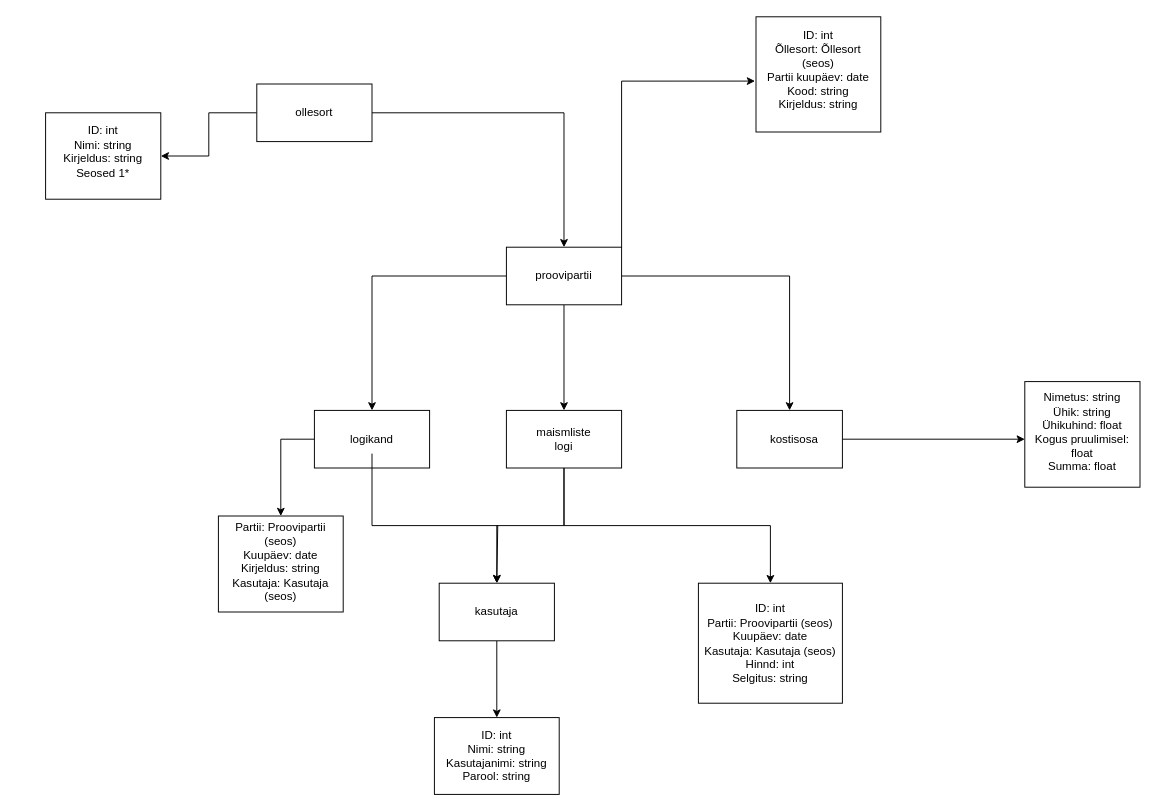
Above: pivoooo.drawio in 4IXIPO/Programmeerimine2 (draw.io), before the change. Source tidied: cells renumbered, new cells numbered last; positions are measured from the earlier drawing's top-left corner, leaving out a move shared by most shapes. Both pictures are drawn from the tidied source at 96%, with x=0, y=0 at pixel (36, 16).
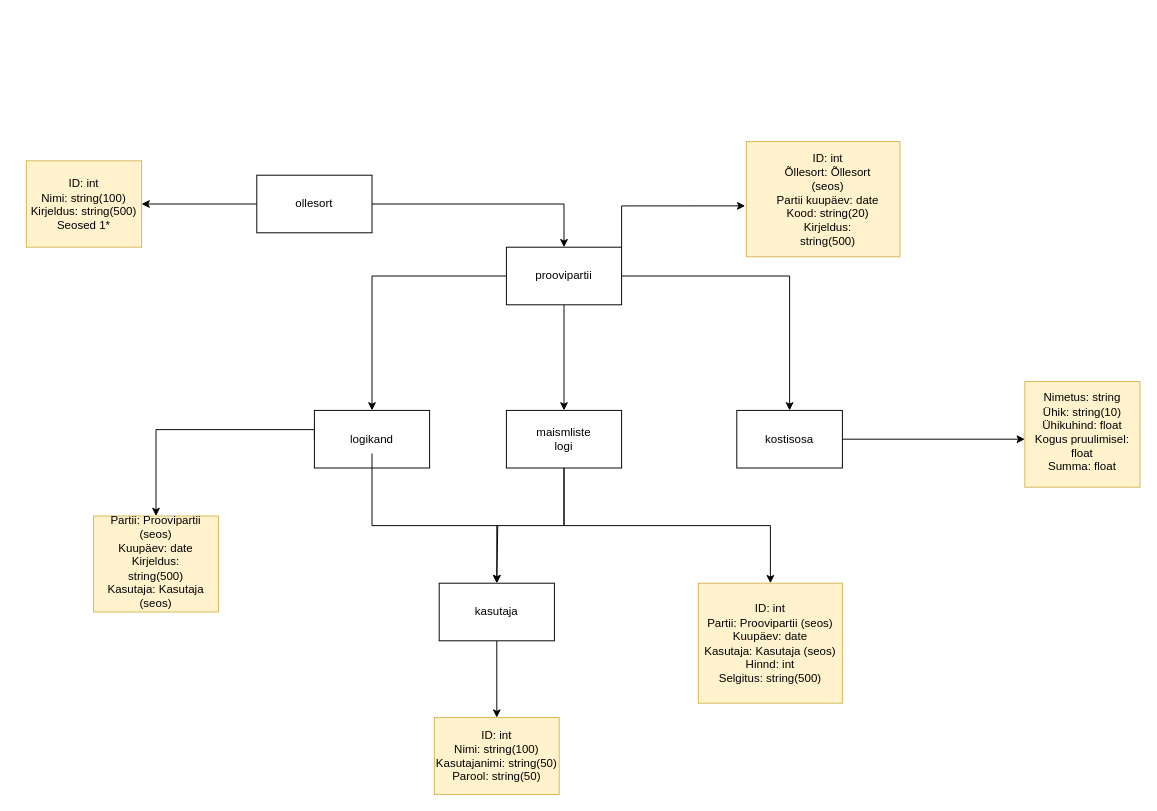
After the change.

Unchanged cells that the change refers to:
```xml
<mxCell id="28" style="rounded=0;whiteSpace=wrap;html=1;" parent="1" vertex="1">
  <mxGeometry x="290" y="410" width="120" height="60" as="geometry" />
</mxCell>
```

What changed in the source:
```diff
@@
-    <mxCell id="2" style="rounded=0;whiteSpace=wrap;html=1;" parent="1" vertex="1">
+    <mxCell id="2" style="rounded=0;whiteSpace=wrap;html=1;fillColor=#fff2cc;strokeColor=#d6b656;" parent="1" vertex="1">
       <mxGeometry x="1030" y="380" width="120" height="110" as="geometry" />
     </mxCell>
-    <mxCell id="3" style="rounded=0;whiteSpace=wrap;html=1;" parent="1" vertex="1">
+    <mxCell id="3" style="rounded=0;whiteSpace=wrap;html=1;fillColor=#fff2cc;strokeColor=#d6b656;" parent="1" vertex="1">
       <mxGeometry x="415" y="730" width="130" height="80" as="geometry" />
     </mxCell>
-    <mxCell id="4" style="rounded=0;whiteSpace=wrap;html=1;" parent="1" vertex="1">
+    <mxCell id="4" style="rounded=0;whiteSpace=wrap;html=1;fillColor=#fff2cc;strokeColor=#d6b656;" parent="1" vertex="1">
       <mxGeometry x="690" y="590" width="150" height="125" as="geometry" />
     </mxCell>
-    <mxCell id="5" style="rounded=0;whiteSpace=wrap;html=1;" parent="1" vertex="1">
-      <mxGeometry x="750" width="130" height="120" as="geometry" />
+    <mxCell id="5" style="rounded=0;whiteSpace=wrap;html=1;fillColor=#fff2cc;strokeColor=#d6b656;" parent="1" vertex="1">
+      <mxGeometry x="740" y="130" width="160" height="120" as="geometry" />
     </mxCell>
-    <mxCell id="6" style="rounded=0;whiteSpace=wrap;html=1;" parent="1" vertex="1">
-      <mxGeometry x="190" y="520" width="130" height="100" as="geometry" />
+    <mxCell id="6" style="rounded=0;whiteSpace=wrap;html=1;fillColor=#fff2cc;strokeColor=#d6b656;" parent="1" vertex="1">
+      <mxGeometry x="60" y="520" width="130" height="100" as="geometry" />
     </mxCell>
-    <mxCell id="7" style="rounded=0;whiteSpace=wrap;html=1;" parent="1" vertex="1">
-      <mxGeometry x="10" y="100" width="120" height="90" as="geometry" />
+    <mxCell id="7" style="rounded=0;whiteSpace=wrap;html=1;fillColor=#fff2cc;strokeColor=#d6b656;" parent="1" vertex="1">
+      <mxGeometry x="-10" y="150" width="120" height="90" as="geometry" />
     </mxCell>
@@
     <mxCell id="22" value="kostisosa" style="text;html=1;align=center;verticalAlign=middle;whiteSpace=wrap;rounded=0;" parent="1" vertex="1">
-      <mxGeometry x="760" y="425" width="60" height="30" as="geometry" />
+      <mxGeometry x="755" y="425" width="60" height="30" as="geometry" />
     </mxCell>
@@
     <mxCell id="25" style="rounded=0;whiteSpace=wrap;html=1;" parent="1" vertex="1">
-      <mxGeometry x="230" y="70" width="120" height="60" as="geometry" />
+      <mxGeometry x="230" y="165" width="120" height="60" as="geometry" />
     </mxCell>
     <mxCell id="26" value="ollesort" style="text;html=1;align=center;verticalAlign=middle;whiteSpace=wrap;rounded=0;" parent="1" vertex="1">
-      <mxGeometry x="260" y="85" width="60" height="30" as="geometry" />
+      <mxGeometry x="260" y="180" width="60" height="30" as="geometry" />
     </mxCell>
     <mxCell id="27" style="edgeStyle=orthogonalEdgeStyle;rounded=0;jettySize=auto;html=1;exitX=0;exitY=0.5;exitDx=0;exitDy=0;entryX=0.5;entryY=0;entryDx=0;entryDy=0;" parent="1" edge="1" source="28" target="6">
-      <mxGeometry relative="1" as="geometry" />
+      <mxGeometry relative="1" as="geometry">
+        <Array as="points">
+          <mxPoint x="290" y="430" />
+          <mxPoint x="125" y="430" />
+        </Array>
+      </mxGeometry>
     </mxCell>
@@
-    <mxCell id="31" value="&lt;div&gt;ID: int&lt;/div&gt;&lt;div&gt;Nimi: string&lt;/div&gt;&lt;div&gt;Kirjeldus: string&lt;/div&gt;&lt;div&gt;Seosed 1*&lt;/div&gt;&lt;div&gt;&lt;br&gt;&lt;/div&gt;&lt;div&gt;&lt;br&gt;&lt;/div&gt;" style="text;html=1;align=center;verticalAlign=middle;whiteSpace=wrap;rounded=0;" parent="1" vertex="1">
-      <mxGeometry y="140" width="140" height="30" as="geometry" />
+    <mxCell id="31" value="&lt;div&gt;ID: int&lt;/div&gt;&lt;div&gt;Nimi: string(100)&lt;/div&gt;&lt;div&gt;Kirjeldus: string(500)&lt;/div&gt;&lt;div&gt;Seosed 1*&lt;/div&gt;&lt;div&gt;&lt;br&gt;&lt;/div&gt;&lt;div&gt;&lt;br&gt;&lt;/div&gt;" style="text;html=1;align=center;verticalAlign=middle;whiteSpace=wrap;rounded=0;" parent="1" vertex="1">
+      <mxGeometry x="-20" y="195" width="140" height="30" as="geometry" />
     </mxCell>
-    <mxCell id="32" value="&lt;div&gt;Partii: Proovipartii (seos)&lt;/div&gt;&lt;div&gt;Kuupäev: date&lt;/div&gt;&lt;div&gt;Kirjeldus: string&lt;/div&gt;&lt;div&gt;Kasutaja: Kasutaja (seos)&lt;/div&gt;&lt;div&gt;&lt;br&gt;&lt;/div&gt;" style="text;html=1;align=center;verticalAlign=middle;whiteSpace=wrap;rounded=0;" parent="1" vertex="1">
-      <mxGeometry x="200" y="560" width="110" height="30" as="geometry" />
+    <mxCell id="32" value="&lt;div&gt;Partii: Proovipartii (seos)&lt;/div&gt;&lt;div&gt;Kuupäev: date&lt;/div&gt;&lt;div&gt;Kirjeldus: string(500)&lt;/div&gt;&lt;div&gt;Kasutaja: Kasutaja (seos)&lt;/div&gt;&lt;div&gt;&lt;br&gt;&lt;/div&gt;" style="text;html=1;align=center;verticalAlign=middle;whiteSpace=wrap;rounded=0;" parent="1" vertex="1">
+      <mxGeometry x="70" y="560" width="110" height="30" as="geometry" />
     </mxCell>
-    <mxCell id="33" value="&lt;div&gt;ID: int&lt;/div&gt;&lt;div&gt;Nimi: string&lt;/div&gt;&lt;div&gt;Kasutajanimi: string&lt;/div&gt;&lt;div&gt;Parool: string&lt;/div&gt;" style="text;html=1;align=center;verticalAlign=middle;whiteSpace=wrap;rounded=0;" parent="1" vertex="1">
+    <mxCell id="33" value="&lt;div&gt;ID: int&lt;/div&gt;&lt;div&gt;Nimi: string(100)&lt;/div&gt;&lt;div&gt;&lt;span style=&quot;background-color: initial;&quot;&gt;Kasutajanimi: string(50)&lt;/span&gt;&lt;/div&gt;&lt;div&gt;Parool: string(50)&lt;/div&gt;" style="text;html=1;align=center;verticalAlign=middle;whiteSpace=wrap;rounded=0;" parent="1" vertex="1">
       <mxGeometry x="400" y="755" width="160" height="30" as="geometry" />
     </mxCell>
-    <mxCell id="34" value="ID: int&#10;Partii: Proovipartii (seos)&#10;Kuupäev: date&#10;Kasutaja: Kasutaja (seos)&#10;Hinnd: int&#10;Selgitus: string" style="text;html=1;align=center;verticalAlign=middle;whiteSpace=wrap;rounded=0;" parent="1" vertex="1">
+    <mxCell id="34" value="ID: int&lt;br&gt;Partii: Proovipartii (seos)&lt;br&gt;Kuupäev: date&lt;br&gt;Kasutaja: Kasutaja (seos)&lt;br&gt;Hinnd: int&lt;br&gt;Selgitus: string(500)" style="text;html=1;align=center;verticalAlign=middle;whiteSpace=wrap;rounded=0;" parent="1" vertex="1">
       <mxGeometry x="690" y="637.5" width="150" height="30" as="geometry" />
     </mxCell>
-    <mxCell id="35" value="&lt;div&gt;Nimetus: string&lt;/div&gt;&lt;div&gt;Ühik: string&lt;/div&gt;&lt;div&gt;Ühikuhind: float&lt;/div&gt;&lt;div&gt;Kogus pruulimisel: float&lt;/div&gt;&lt;div&gt;Summa: float&lt;/div&gt;&lt;div&gt;&lt;br&gt;&lt;/div&gt;" style="text;html=1;align=center;verticalAlign=middle;whiteSpace=wrap;rounded=0;" parent="1" vertex="1">
+    <mxCell id="35" value="&lt;div&gt;Nimetus: string&lt;/div&gt;&lt;div&gt;Ühik: string(10)&lt;/div&gt;&lt;div&gt;Ühikuhind: float&lt;/div&gt;&lt;div&gt;Kogus pruulimisel: float&lt;/div&gt;&lt;div&gt;Summa: float&lt;/div&gt;&lt;div&gt;&lt;br&gt;&lt;/div&gt;" style="text;html=1;align=center;verticalAlign=middle;whiteSpace=wrap;rounded=0;" parent="1" vertex="1">
       <mxGeometry x="1030" y="430" width="120" height="20" as="geometry" />
     </mxCell>
-    <mxCell id="36" value="&lt;div&gt;ID: int&lt;/div&gt;&lt;div&gt;Õllesort: Õllesort (seos)&lt;/div&gt;&lt;div&gt;Partii kuupäev: date&lt;/div&gt;&lt;div&gt;Kood: string&lt;/div&gt;&lt;div&gt;Kirjeldus: string&lt;/div&gt;&lt;div&gt;&lt;br&gt;&lt;/div&gt;&lt;div&gt;&lt;br&gt;&lt;/div&gt;" style="text;html=1;align=center;verticalAlign=middle;whiteSpace=wrap;rounded=0;" parent="1" vertex="1">
-      <mxGeometry x="760" y="55" width="110" height="30" as="geometry" />
+    <mxCell id="36" value="&lt;div&gt;ID: int&lt;/div&gt;&lt;div&gt;Õllesort: Õllesort (seos)&lt;/div&gt;&lt;div&gt;Partii kuupäev: date&lt;/div&gt;&lt;div&gt;Kood: string(20)&lt;/div&gt;&lt;div&gt;Kirjeldus: string(500)&lt;/div&gt;&lt;div&gt;&lt;br&gt;&lt;/div&gt;&lt;div&gt;&lt;br&gt;&lt;/div&gt;" style="text;html=1;align=center;verticalAlign=middle;whiteSpace=wrap;rounded=0;" parent="1" vertex="1">
+      <mxGeometry x="770" y="190" width="110" height="30" as="geometry" />
     </mxCell>
```
